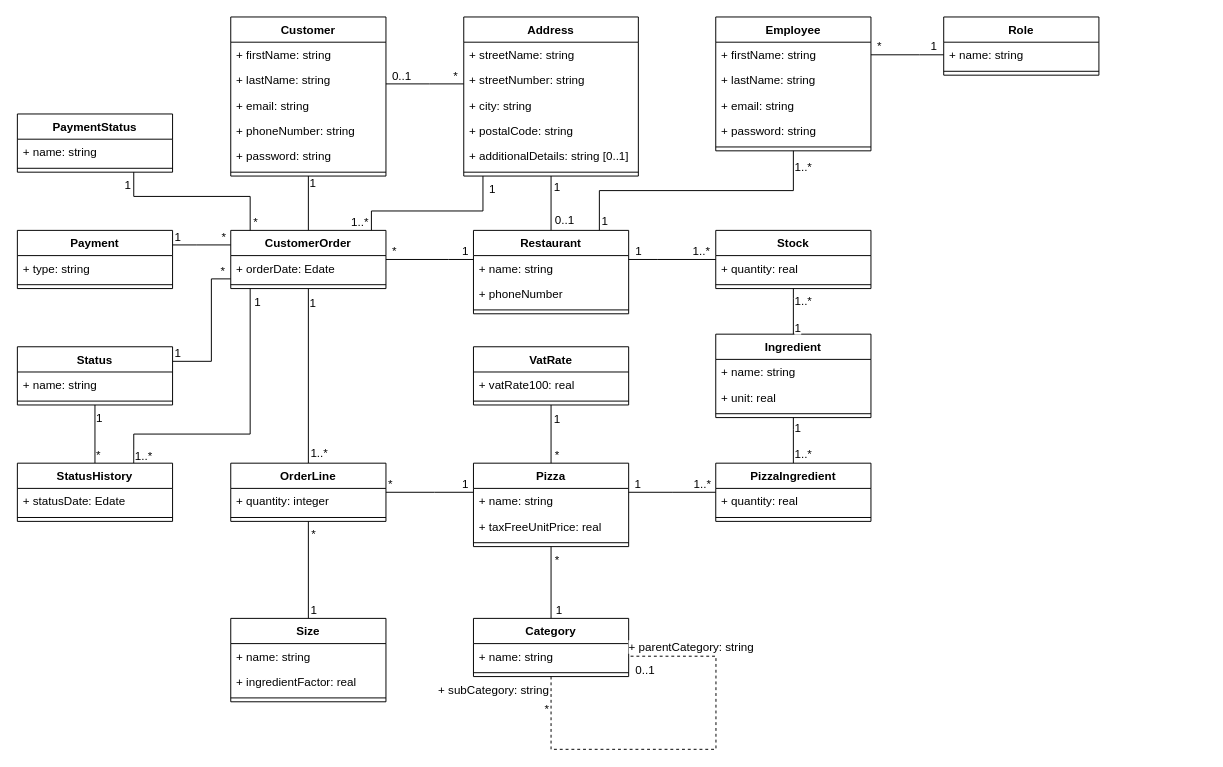
This is page "ClassDiagram" (11 of 13) of Diagrams/OCPizza.drawio from GuillaumeOj/DesignTechnicalSolution, a draw.io file, before an edit. Source tidied: cells renumbered, new cells numbered last; positions are measured from the earlier drawing's top-left corner, leaving out a move shared by most shapes. Both pictures are drawn from the tidied source at 97%, with x=0, y=0 at pixel (16, 16).
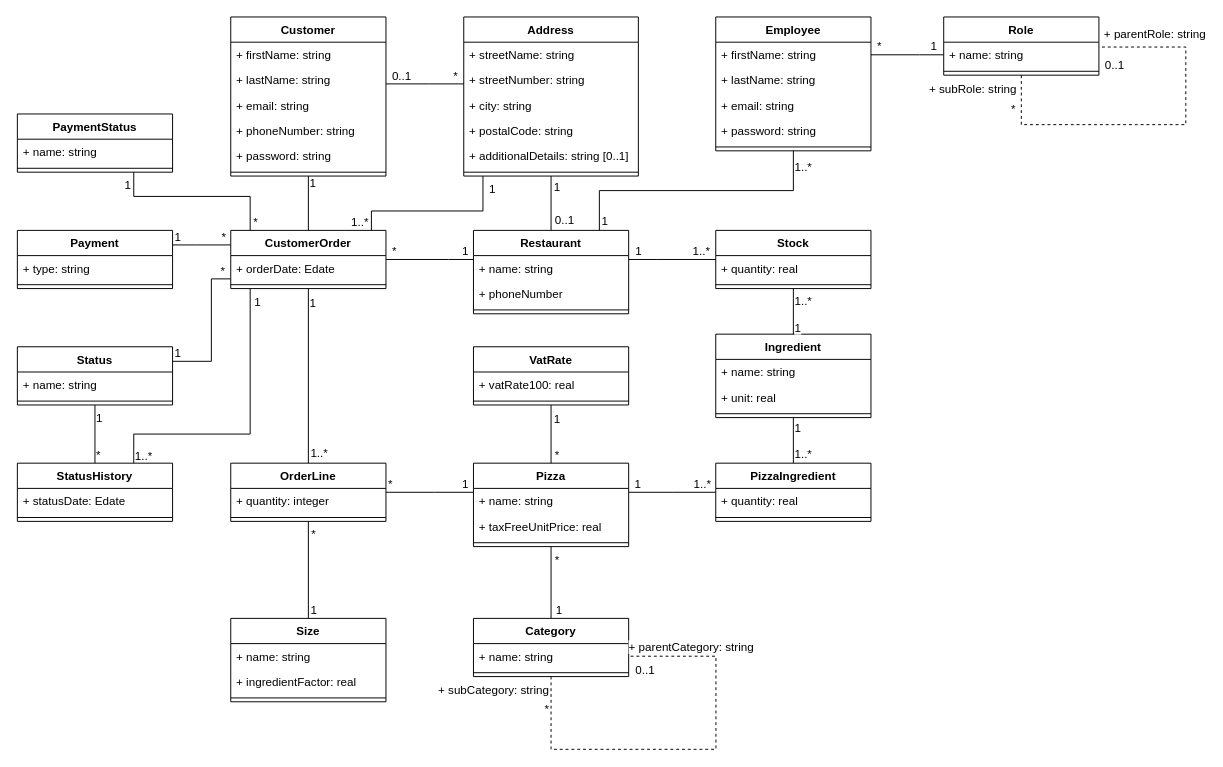
After the change.

Commit message (it also covers changes not shown here):
Add parentRole and subRole in Role

Unchanged cells that the change refers to:
```xml
<mxCell id="136" value="Role" style="swimlane;fontStyle=1;align=center;verticalAlign=top;horizontal=1;startSize=26;" parent="1" vertex="1">
  <mxGeometry x="955.4" width="160" height="60" as="geometry" />
</mxCell>
```

Diff of the diagram source:
```diff
@@
+    <mxCell id="139" style="edgeStyle=orthogonalEdgeStyle;rounded=0;orthogonalLoop=1;jettySize=auto;html=1;startFill=1;endArrow=none;endFill=0;dashed=1;" parent="1" edge="1" source="136" target="136">
+      <mxGeometry relative="1" as="geometry">
+        <Array as="points">
+          <mxPoint x="1035" y="111" />
+          <mxPoint x="1205" y="111" />
+          <mxPoint x="1205" y="31" />
+        </Array>
+      </mxGeometry>
+    </mxCell>
+    <mxCell id="140" value="+ subRole: string" style="text;html=1;align=right;verticalAlign=top;labelBackgroundColor=#ffffff;" parent="139" vertex="1">
+      <mxGeometry x="-0.52" relative="1" as="geometry">
+        <mxPoint x="-47.6" y="-50" as="offset" />
+      </mxGeometry>
+    </mxCell>
+    <mxCell id="141" value="+ parentRole: string" style="text;html=1;align=left;verticalAlign=bottom;labelBackgroundColor=#ffffff;" parent="139" vertex="1">
+      <mxGeometry x="0.71" y="-1" relative="1" as="geometry">
+        <mxPoint x="-52.5" y="-4" as="offset" />
+      </mxGeometry>
+    </mxCell>
+    <mxCell id="142" value="0..1" style="text;html=1;align=left;verticalAlign=top;labelBackgroundColor=#ffffff;" parent="139" vertex="1">
+      <mxGeometry x="0.5" y="-2" relative="1" as="geometry">
+        <mxPoint x="-87.1" y="-3" as="offset" />
+      </mxGeometry>
+    </mxCell>
+    <mxCell id="143" value="*" style="text;html=1;align=right;verticalAlign=top;labelBackgroundColor=#ffffff;" parent="139" vertex="1">
+      <mxGeometry x="-0.65" y="33" relative="1" as="geometry">
+        <mxPoint x="-22.4" y="3" as="offset" />
+      </mxGeometry>
+    </mxCell>
```
